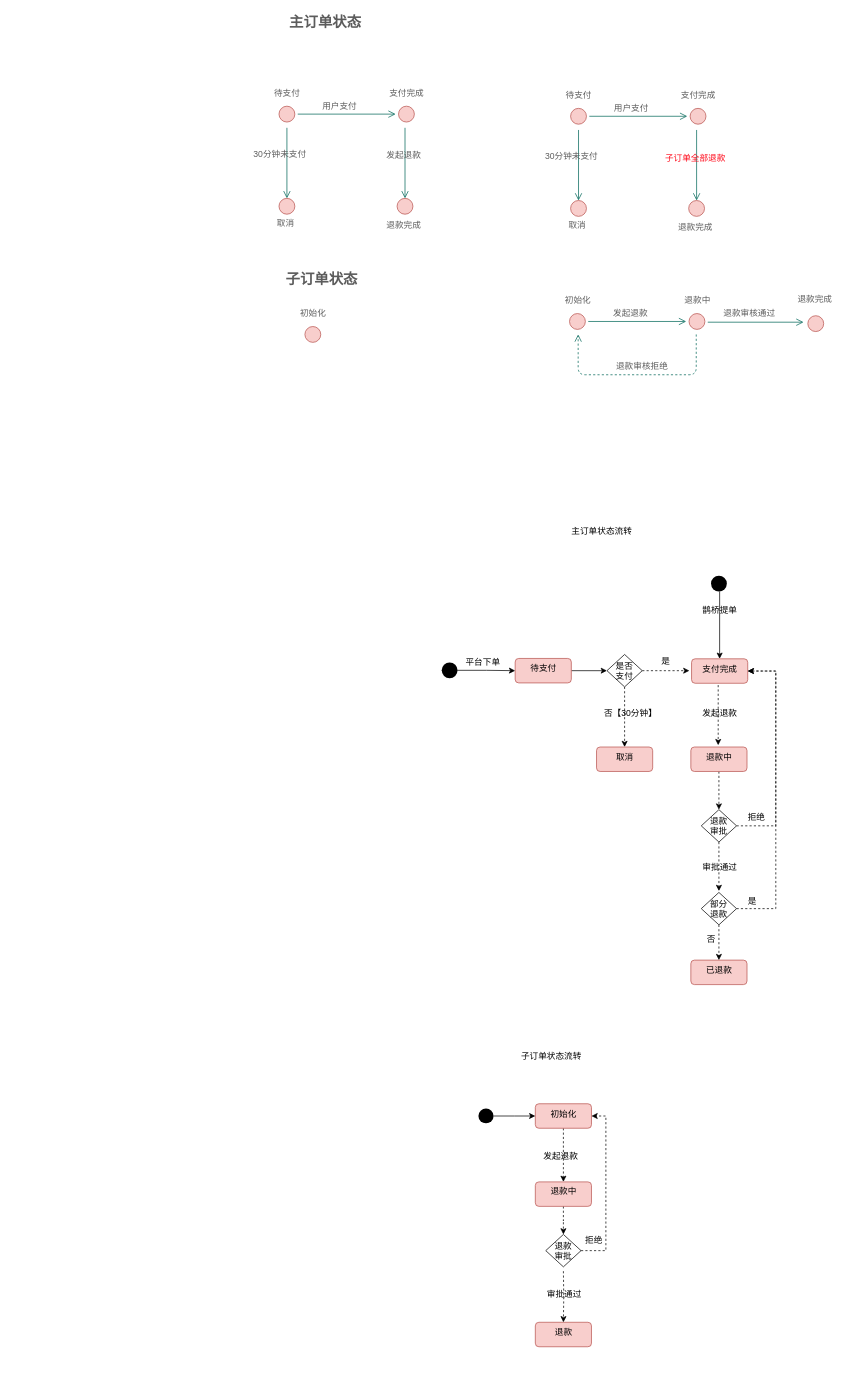
Before: order-refund.drawio in zhaoershuang/flow-chart, a draw.io diagram. Source tidied: cells renumbered, new cells numbered last; positions are measured from the earlier drawing's top-left corner, leaving out a move shared by most shapes. Both pictures are drawn from the tidied source at 72%, with x=0, y=0 at pixel (249, 13).
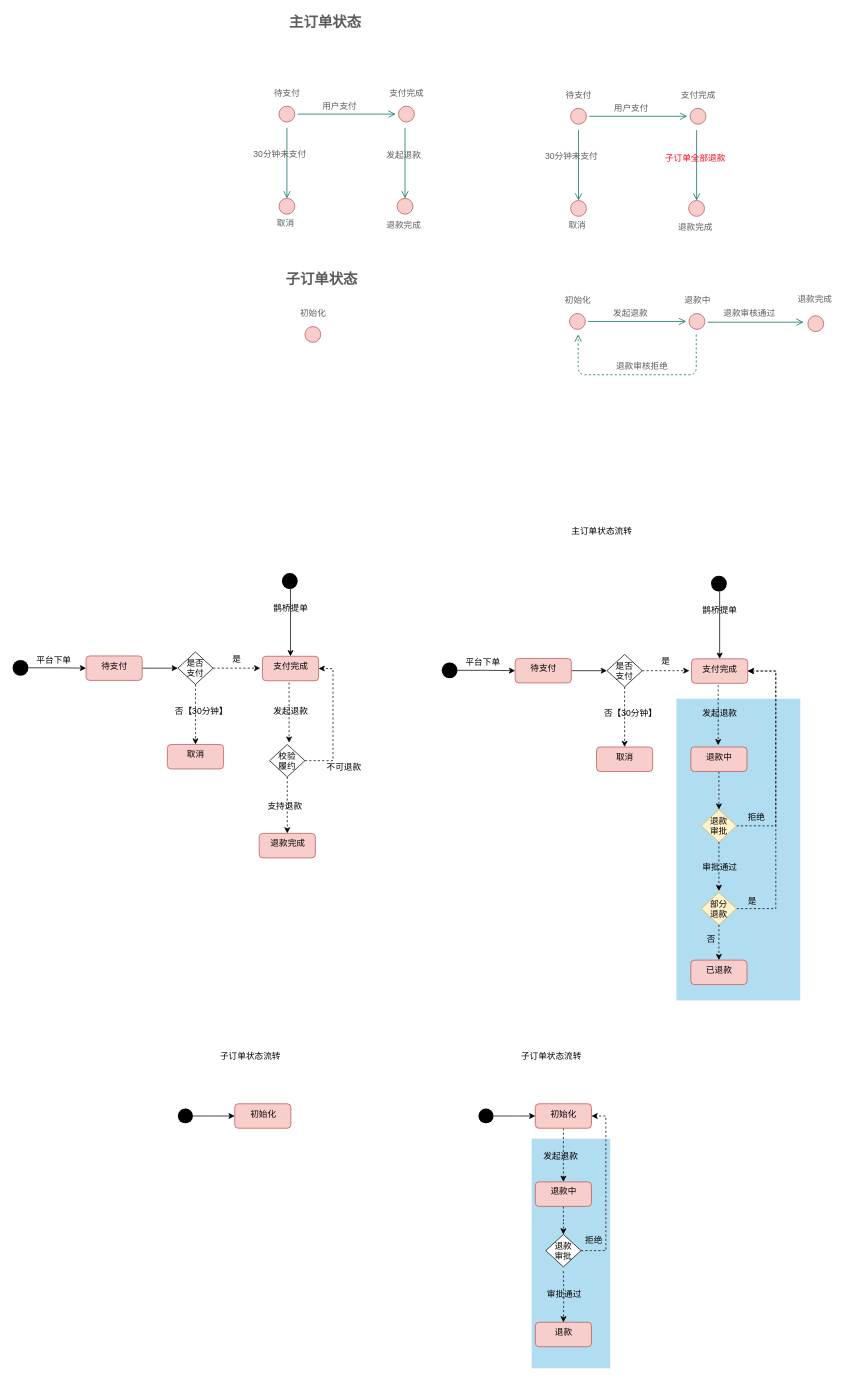
The same page after the edit.

Diff of the diagram source:
```diff
@@
+    <mxCell id="91" style="rounded=0;whiteSpace=wrap;html=1;fillColor=#b1ddf0;strokeColor=none;" parent="1" vertex="1">
+      <mxGeometry x="392" y="1563" width="109" height="319" as="geometry" />
+    </mxCell>
+    <mxCell id="92" style="rounded=0;whiteSpace=wrap;html=1;fillColor=#b1ddf0;strokeColor=none;" parent="1" vertex="1">
+      <mxGeometry x="593" y="952" width="172" height="419" as="geometry" />
+    </mxCell>
@@
-    <mxCell id="71" value="退款&#10;审批" style="rhombus;strokeColor=#000000;" parent="1" vertex="1">
+    <mxCell id="71" value="退款&#10;审批" style="rhombus;strokeColor=#d6b656;fillColor=#fff2cc;" parent="1" vertex="1">
       <mxGeometry x="627.5" y="1106" width="49" height="45" as="geometry" />
     </mxCell>
@@
-    <mxCell id="76" value="部分&#10;退款" style="rhombus;strokeColor=#000000;" parent="1" vertex="1">
+    <mxCell id="76" value="部分&#10;退款" style="rhombus;strokeColor=#d6b656;fillColor=#fff2cc;" parent="1" vertex="1">
       <mxGeometry x="627.5" y="1221" width="49" height="45" as="geometry" />
     </mxCell>
@@
+    <mxCell id="93" style="edgeStyle=orthogonalEdgeStyle;rounded=0;jettySize=auto;html=1;entryX=0;entryY=0.5;entryDx=0;entryDy=0;" parent="1" edge="1" source="94" target="99">
+      <mxGeometry relative="1" as="geometry" />
+    </mxCell>
+    <mxCell id="94" value="待支付" style="html=1;align=center;verticalAlign=top;rounded=1;absoluteArcSize=1;arcSize=10;fillColor=#f8cecc;strokeColor=#b85450;" parent="1" vertex="1">
+      <mxGeometry x="-227" y="892.5" width="78" height="34" as="geometry" />
+    </mxCell>
+    <mxCell id="95" style="edgeStyle=orthogonalEdgeStyle;rounded=0;jettySize=auto;html=1;" parent="1" edge="1" source="96" target="94">
+      <mxGeometry relative="1" as="geometry" />
+    </mxCell>
+    <mxCell id="96" style="ellipse;fillColor=#000000;strokeColor=none;" parent="1" vertex="1">
+      <mxGeometry x="-329" y="898" width="22" height="22" as="geometry" />
+    </mxCell>
+    <mxCell id="97" style="edgeStyle=orthogonalEdgeStyle;rounded=0;jettySize=auto;html=1;dashed=1;" parent="1" edge="1" source="99" target="102">
+      <mxGeometry relative="1" as="geometry" />
+    </mxCell>
+    <mxCell id="98" style="edgeStyle=orthogonalEdgeStyle;rounded=0;jettySize=auto;html=1;dashed=1;" parent="1" edge="1" source="99">
+      <mxGeometry relative="1" as="geometry">
+        <mxPoint x="15" y="909.5" as="targetPoint" />
+      </mxGeometry>
+    </mxCell>
+    <mxCell id="99" value="是否&#10;支付" style="rhombus;strokeColor=#000000;" parent="1" vertex="1">
+      <mxGeometry x="-99.5" y="887" width="49" height="45" as="geometry" />
+    </mxCell>
+    <mxCell id="100" value="支付完成" style="html=1;align=center;verticalAlign=top;rounded=1;absoluteArcSize=1;arcSize=10;fillColor=#f8cecc;strokeColor=#b85450;" parent="1" vertex="1">
+      <mxGeometry x="18" y="893" width="78" height="34" as="geometry" />
+    </mxCell>
+    <mxCell id="101" value="是" style="text;html=1;align=center;verticalAlign=middle;" parent="1" vertex="1">
+      <mxGeometry x="-29.5" y="887.5" width="22" height="18" as="geometry" />
+    </mxCell>
+    <mxCell id="102" value="取消" style="html=1;align=center;verticalAlign=top;rounded=1;absoluteArcSize=1;arcSize=10;fillColor=#f8cecc;strokeColor=#b85450;" parent="1" vertex="1">
+      <mxGeometry x="-114" y="1015.5" width="78" height="34" as="geometry" />
+    </mxCell>
+    <mxCell id="103" value="退款完成" style="html=1;align=center;verticalAlign=top;rounded=1;absoluteArcSize=1;arcSize=10;fillColor=#f8cecc;strokeColor=#b85450;" parent="1" vertex="1">
+      <mxGeometry x="13.5" y="1139" width="78" height="34" as="geometry" />
+    </mxCell>
+    <mxCell id="104" value="否【30分钟】" style="text;html=1;align=center;verticalAlign=middle;" parent="1" vertex="1">
+      <mxGeometry x="-109" y="960.5" width="83" height="18" as="geometry" />
+    </mxCell>
+    <mxCell id="105" value="发起退款" style="text;html=1;align=center;verticalAlign=middle;" parent="1" vertex="1">
+      <mxGeometry x="28" y="960.5" width="58" height="18" as="geometry" />
+    </mxCell>
+    <mxCell id="106" style="edgeStyle=orthogonalEdgeStyle;rounded=0;orthogonalLoop=1;jettySize=auto;html=1;dashed=1;" parent="1" edge="1">
+      <mxGeometry relative="1" as="geometry">
+        <mxPoint x="55" y="929.5" as="sourcePoint" />
+        <mxPoint x="55" y="1013" as="targetPoint" />
+      </mxGeometry>
+    </mxCell>
+    <mxCell id="107" style="edgeStyle=orthogonalEdgeStyle;rounded=0;jettySize=auto;html=1;" parent="1" edge="1" source="108" target="100">
+      <mxGeometry relative="1" as="geometry">
+        <Array as="points">
+          <mxPoint x="57" y="827.5" />
+          <mxPoint x="57" y="827.5" />
+        </Array>
+      </mxGeometry>
+    </mxCell>
+    <mxCell id="108" style="ellipse;fillColor=#000000;strokeColor=none;" parent="1" vertex="1">
+      <mxGeometry x="45" y="777.5" width="22" height="22" as="geometry" />
+    </mxCell>
+    <mxCell id="109" value="平台下单" style="text;html=1;align=center;verticalAlign=middle;" parent="1" vertex="1">
+      <mxGeometry x="-301" y="889.5" width="58" height="18" as="geometry" />
+    </mxCell>
+    <mxCell id="110" value="鹊桥提单" style="text;html=1;align=center;verticalAlign=middle;" parent="1" vertex="1">
+      <mxGeometry x="28" y="816.5" width="58" height="18" as="geometry" />
+    </mxCell>
+    <mxCell id="111" style="edgeStyle=orthogonalEdgeStyle;rounded=0;jettySize=auto;html=1;dashed=1;" parent="1" edge="1" source="113" target="103">
+      <mxGeometry relative="1" as="geometry" />
+    </mxCell>
+    <mxCell id="112" style="edgeStyle=orthogonalEdgeStyle;rounded=0;jettySize=auto;html=1;entryX=1;entryY=0.5;entryDx=0;entryDy=0;dashed=1;" parent="1" edge="1" source="113" target="100">
+      <mxGeometry relative="1" as="geometry">
+        <Array as="points">
+          <mxPoint x="116" y="1038" />
+          <mxPoint x="116" y="910" />
+        </Array>
+      </mxGeometry>
+    </mxCell>
+    <mxCell id="113" value="校验&#10;履约" style="rhombus;strokeColor=#000000;" parent="1" vertex="1">
+      <mxGeometry x="28" y="1015.5" width="49" height="45" as="geometry" />
+    </mxCell>
+    <mxCell id="114" value="支持退款" style="text;html=1;align=center;verticalAlign=middle;" parent="1" vertex="1">
+      <mxGeometry x="20" y="1093" width="58" height="18" as="geometry" />
+    </mxCell>
+    <mxCell id="115" value="不可退款" style="text;html=1;align=center;verticalAlign=middle;" parent="1" vertex="1">
+      <mxGeometry x="102" y="1039" width="58" height="18" as="geometry" />
+    </mxCell>
+    <mxCell id="116" value="初始化" style="html=1;align=center;verticalAlign=top;rounded=1;absoluteArcSize=1;arcSize=10;fillColor=#f8cecc;strokeColor=#b85450;" parent="1" vertex="1">
+      <mxGeometry x="-20.5" y="1514.5" width="78" height="34" as="geometry" />
+    </mxCell>
+    <mxCell id="117" style="edgeStyle=orthogonalEdgeStyle;rounded=0;jettySize=auto;html=1;" parent="1" edge="1" source="118" target="116">
+      <mxGeometry relative="1" as="geometry" />
+    </mxCell>
+    <mxCell id="118" style="ellipse;fillColor=#000000;strokeColor=none;" parent="1" vertex="1">
+      <mxGeometry x="-99.5" y="1521.2" width="21" height="20.5" as="geometry" />
+    </mxCell>
+    <mxCell id="119" value="子订单状态流转" style="text;html=1;align=center;verticalAlign=middle;" parent="1" vertex="1">
+      <mxGeometry x="-46" y="1440" width="94" height="18" as="geometry" />
+    </mxCell>
```
